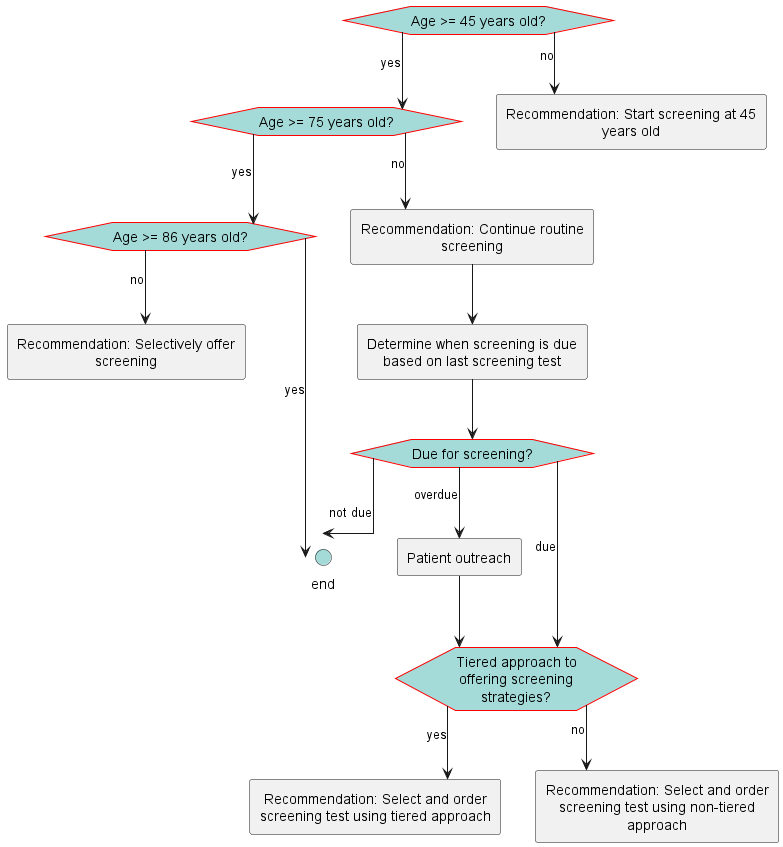
ccsm-cds-tools/CDC-Colorectal-Cancer-Screening-CDS-L2 keeps this PlantUML diagram as images/flow-USPSTFAvgRisk.png. Above is the earlier version.
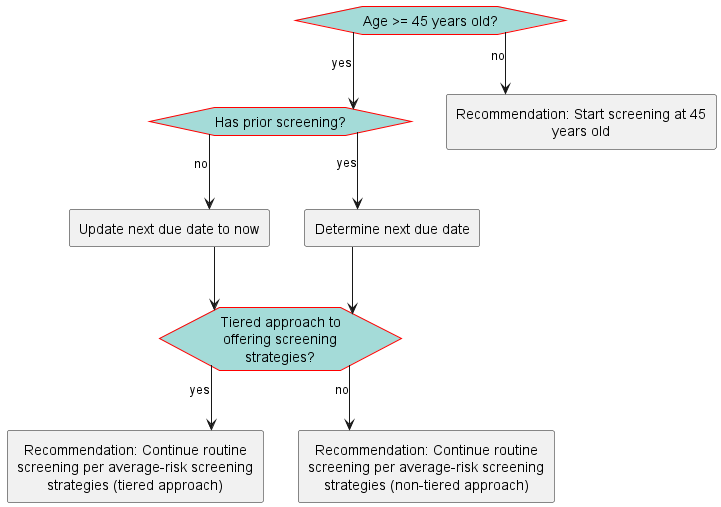
Later version of the same file.

Change to the diagram source:
```diff
@@ -18,30 +18,19 @@
 }
 </style>
 hexagon "Age >= 45 years old?" as eve_AgeOver45 [[#eve-AgeOver45]]
-hexagon "Age >= 75 years old?" as eve_AgeOver75 [[#eve-AgeOver75]]
-hexagon "Age >= 86 years old?" as eve_Age86AndOlder [[#eve-Age86AndOlder]]
-rectangle "Recommendation: Continue routine screening" as act_ContinueScreening [[#act-ContinueScreening]]
-rectangle "Determine when screening is due based on last screening test" as act_DetermineDateForNextScreening [[#act-DetermineDateForNextScreening]]
-hexagon "Due for screening? " as eve_DetermineIfDueForScreening [[#eve-DetermineIfDueForScreening]]
-rectangle "Patient outreach" as act_patientOutreach [[#act-patientOutreach]]
+hexagon "Has prior screening?" as eve_priorScreeningExists [[#eve-priorScreeningExists]]
+rectangle "Update next due date to now" as act_updateDueDateNow [[#act-updateDueDateNow]]
+rectangle "Determine next due date" as act_determineDueDate [[#act-determineDueDate]]
 hexagon "Tiered approach to offering screening strategies?" as eve_TieredApproach [[#eve-TieredApproach]]
 rectangle "Recommendation: Start screening at 45 years old" as act_RecommendStartScreeningAt45 [[#act-RecommendStartScreeningAt45]]
-rectangle "Recommendation: Selectively offer screening" as act_SelectivelyOfferScreening [[#act-SelectivelyOfferScreening]]
-circle "end" as end_1 <<end>>
-rectangle "Recommendation: Select and order screening test using tiered approach" as act_PickScreeningMethodTiered [[#act-PickScreeningMethodTiered]]
-rectangle "Recommendation: Select and order screening test using non-tiered approach" as act_PickScreeningMethodNonTiered [[#act-PickScreeningMethodNonTiered]]
+rectangle "Recommendation: Continue routine screening per average-risk screening strategies (tiered approach)" as act_PickScreeningMethodTiered [[#act-PickScreeningMethodTiered]]
+rectangle "Recommendation: Continue routine screening per average-risk screening strategies (non-tiered approach)" as act_PickScreeningMethodNonTiered [[#act-PickScreeningMethodNonTiered]]
 eve_AgeOver45-->act_RecommendStartScreeningAt45: no
-eve_AgeOver45-->eve_AgeOver75: yes
-eve_AgeOver75-->act_ContinueScreening: no
-eve_AgeOver75-->eve_Age86AndOlder: yes
-eve_Age86AndOlder-->act_SelectivelyOfferScreening: no
-eve_Age86AndOlder-->end_1: yes
-act_ContinueScreening-->act_DetermineDateForNextScreening
-act_DetermineDateForNextScreening-->eve_DetermineIfDueForScreening
-eve_DetermineIfDueForScreening-->eve_TieredApproach: due
-eve_DetermineIfDueForScreening-->end_1: not due
-eve_DetermineIfDueForScreening-->act_patientOutreach: overdue
-act_patientOutreach-->eve_TieredApproach
+eve_AgeOver45-->eve_priorScreeningExists: yes
+eve_priorScreeningExists-->act_determineDueDate: yes
+eve_priorScreeningExists-->act_updateDueDateNow: no
+act_updateDueDateNow-->eve_TieredApproach
+act_determineDueDate-->eve_TieredApproach
 eve_TieredApproach-->act_PickScreeningMethodTiered: yes
 eve_TieredApproach-->act_PickScreeningMethodNonTiered: no
 @enduml
```
